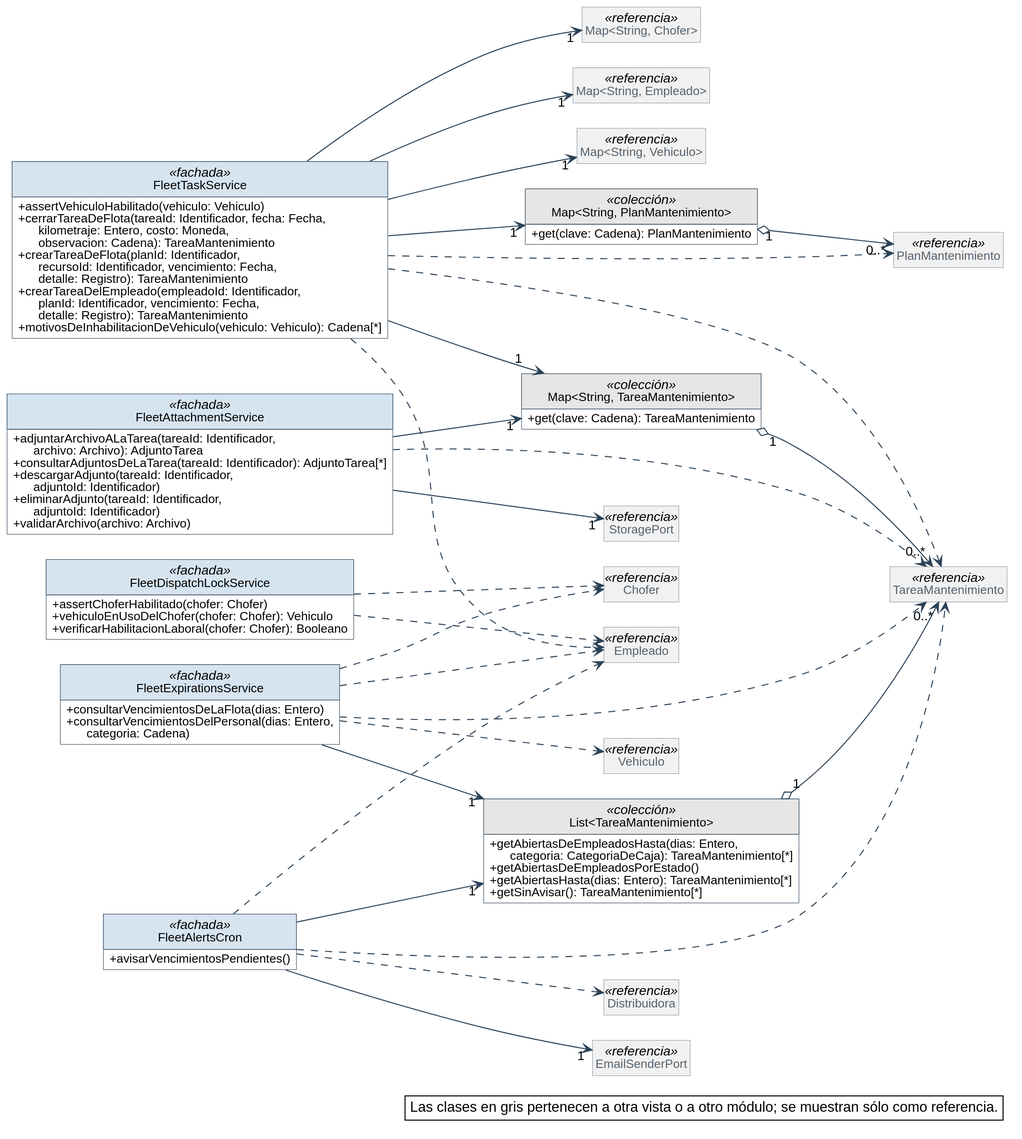
Nahuelito-Dev/splg-docs keeps this PlantUML diagram as diagramas/clases-diseno/DC_Mod_Flota-tareas.svg. Above is the earlier version. Source of this version:
```plantuml
@startuml
skinparam backgroundColor #FFFFFF
skinparam shadowing false
skinparam defaultFontName Helvetica
skinparam defaultFontSize 13
skinparam dpi 150
skinparam nodesep 40
skinparam ranksep 55
skinparam classAttributeIconSize 0
skinparam roundCorner 0
skinparam genericDisplay old
skinparam class {
  BorderColor #2C4257
  BackgroundColor #FFFFFF
  ArrowColor #2C4257
  FontSize 14
  AttributeFontSize 12
  HeaderBackgroundColor #E8EEF3
}
skinparam class<<referencia>> {
  BackgroundColor #F1F1F1
  BorderColor #8A97A3
  FontColor #55616C
}
skinparam class<<fachada>> {
  HeaderBackgroundColor #D6E4F0
}
skinparam class<<controlador>> {
  HeaderBackgroundColor #D6E4F0
}
skinparam class<<fabricación pura>> {
  HeaderBackgroundColor #F3E9CF
}
skinparam class<<colección>> {
  HeaderBackgroundColor #E6E6E6
}
skinparam class<<adaptador>> {
  HeaderBackgroundColor #DCEBDD
}
skinparam interface {
  BorderColor #2C4257
  BackgroundColor #FFFFFF
  HeaderBackgroundColor #DCEBDD
  FontSize 14
  AttributeFontSize 12
}
skinparam note {
  BackgroundColor #FFFFFF
  BorderColor #2C4257
}
skinparam packageStyle rectangle
skinparam package {
  BorderColor #8A97A3
  FontSize 13
  FontColor #55616C
}
hide circle
hide empty members

left to right direction
skinparam nodesep 25
skinparam ranksep 90
class FleetTaskService <<fachada>> {
  + assertVehiculoHabilitado(vehiculo: Vehiculo)
  + cerrarTareaDeFlota(tareaId: Identificador, fecha: Fecha,\n      kilometraje: Entero, costo: Moneda,\n      observacion: Cadena): TareaMantenimiento
  + crearTareaDeFlota(planId: Identificador,\n      recursoId: Identificador, vencimiento: Fecha,\n      detalle: Registro): TareaMantenimiento
  + crearTareaDelEmpleado(empleadoId: Identificador,\n      planId: Identificador, vencimiento: Fecha,\n      detalle: Registro): TareaMantenimiento
  + motivosDeInhabilitacionDeVehiculo(vehiculo: Vehiculo): Cadena[*]
}
class FleetAttachmentService <<fachada>> {
  + adjuntarArchivoALaTarea(tareaId: Identificador,\n      archivo: Archivo): AdjuntoTarea
  + consultarAdjuntosDeLaTarea(tareaId: Identificador): AdjuntoTarea[*]
  + descargarAdjunto(tareaId: Identificador,\n      adjuntoId: Identificador)
  + eliminarAdjunto(tareaId: Identificador,\n      adjuntoId: Identificador)
  + validarArchivo(archivo: Archivo)
}
class FleetExpirationsService <<fachada>> {
  + consultarVencimientosDeLaFlota(dias: Entero)
  + consultarVencimientosDelPersonal(dias: Entero,\n      categoria: Cadena)
}
class FleetAlertsCron <<fachada>> {
  + avisarVencimientosPendientes()
}
class FleetDispatchLockService <<fachada>> {
  + assertChoferHabilitado(chofer: Chofer)
  + vehiculoEnUsoDelChofer(chofer: Chofer): Vehiculo
  + verificarHabilitacionLaboral(chofer: Chofer): Booleano
}
class "Map<String, PlanMantenimiento>" as Map_String_PlanMantenimiento <<colección>> {
  + get(clave: Cadena): PlanMantenimiento
}
class "Map<String, TareaMantenimiento>" as Map_String_TareaMantenimiento <<colección>> {
  + get(clave: Cadena): TareaMantenimiento
}
class "List<TareaMantenimiento>" as List_TareaMantenimiento <<colección>> {
  + getAbiertasDeEmpleadosHasta(dias: Entero,\n      categoria: CategoriaDeCaja): TareaMantenimiento[*]
  + getAbiertasDeEmpleadosPorEstado()
  + getAbiertasHasta(dias: Entero): TareaMantenimiento[*]
  + getSinAvisar(): TareaMantenimiento[*]
}
class TareaMantenimiento <<referencia>>
class PlanMantenimiento <<referencia>>
class EmailSenderPort <<referencia>>
class StoragePort <<referencia>>
class "Map<String, Chofer>" as Map_String_Chofer <<referencia>>
class "Map<String, Empleado>" as Map_String_Empleado <<referencia>>
class "Map<String, Vehiculo>" as Map_String_Vehiculo <<referencia>>
class Chofer <<referencia>>
class Empleado <<referencia>>
class Vehiculo <<referencia>>
class Distribuidora <<referencia>>

Map_String_TareaMantenimiento "1" o--> "0..*" TareaMantenimiento
Map_String_PlanMantenimiento "1" o--> "0..*" PlanMantenimiento
List_TareaMantenimiento "1" o--> "0..*" TareaMantenimiento
FleetAlertsCron --> "1" EmailSenderPort
FleetAlertsCron --> "1" List_TareaMantenimiento
FleetAttachmentService --> "1" Map_String_TareaMantenimiento
FleetAttachmentService --> "1" StoragePort
FleetExpirationsService --> "1" List_TareaMantenimiento
FleetTaskService --> "1" Map_String_Chofer
FleetTaskService --> "1" Map_String_Empleado
FleetTaskService --> "1" Map_String_PlanMantenimiento
FleetTaskService --> "1" Map_String_TareaMantenimiento
FleetTaskService --> "1" Map_String_Vehiculo
FleetAlertsCron ..> Distribuidora
FleetAlertsCron ..> Empleado
FleetAlertsCron ..> TareaMantenimiento
FleetAttachmentService ..> TareaMantenimiento
FleetDispatchLockService ..> Chofer
FleetDispatchLockService ..> Empleado
FleetExpirationsService ..> Chofer
FleetExpirationsService ..> Empleado
FleetExpirationsService ..> TareaMantenimiento
FleetExpirationsService ..> Vehiculo
FleetTaskService ..> Empleado
FleetTaskService ..> PlanMantenimiento
FleetTaskService ..> TareaMantenimiento

legend bottom right
  Las clases en gris pertenecen a otra vista o a otro módulo; se muestran sólo como referencia.
endlegend
@enduml
```
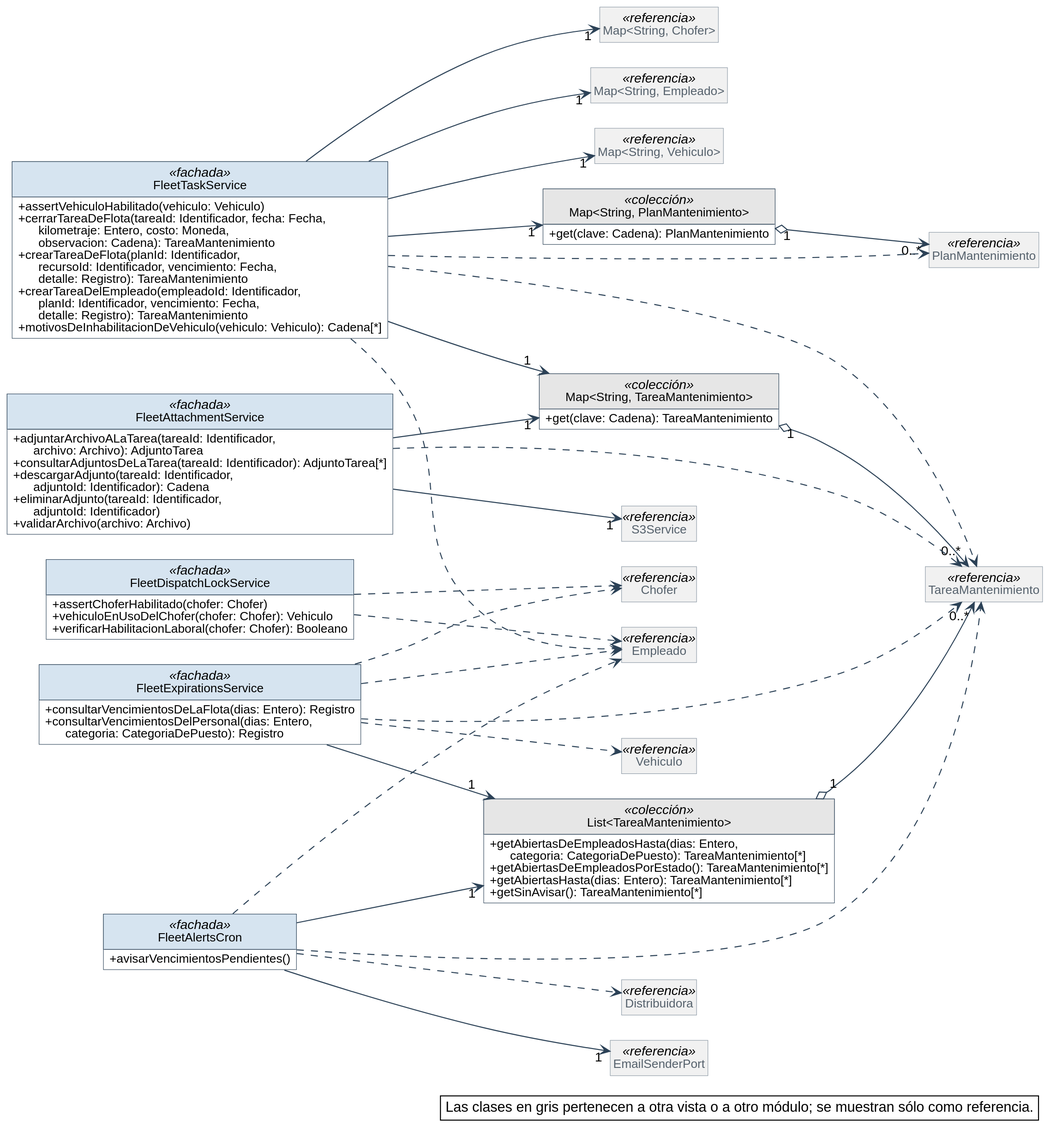
After the commit.

Change to the diagram source:
```diff
@@ -70,13 +70,13 @@
 class FleetAttachmentService <<fachada>> {
   + adjuntarArchivoALaTarea(tareaId: Identificador,\n      archivo: Archivo): AdjuntoTarea
   + consultarAdjuntosDeLaTarea(tareaId: Identificador): AdjuntoTarea[*]
-  + descargarAdjunto(tareaId: Identificador,\n      adjuntoId: Identificador)
+  + descargarAdjunto(tareaId: Identificador,\n      adjuntoId: Identificador): Cadena
   + eliminarAdjunto(tareaId: Identificador,\n      adjuntoId: Identificador)
   + validarArchivo(archivo: Archivo)
 }
 class FleetExpirationsService <<fachada>> {
-  + consultarVencimientosDeLaFlota(dias: Entero)
-  + consultarVencimientosDelPersonal(dias: Entero,\n      categoria: Cadena)
+  + consultarVencimientosDeLaFlota(dias: Entero): Registro
+  + consultarVencimientosDelPersonal(dias: Entero,\n      categoria: CategoriaDePuesto): Registro
 }
 class FleetAlertsCron <<fachada>> {
   + avisarVencimientosPendientes()
@@ -93,22 +93,22 @@
   + get(clave: Cadena): TareaMantenimiento
 }
 class "List<TareaMantenimiento>" as List_TareaMantenimiento <<colección>> {
-  + getAbiertasDeEmpleadosHasta(dias: Entero,\n      categoria: CategoriaDeCaja): TareaMantenimiento[*]
-  + getAbiertasDeEmpleadosPorEstado()
+  + getAbiertasDeEmpleadosHasta(dias: Entero,\n      categoria: CategoriaDePuesto): TareaMantenimiento[*]
+  + getAbiertasDeEmpleadosPorEstado(): TareaMantenimiento[*]
   + getAbiertasHasta(dias: Entero): TareaMantenimiento[*]
   + getSinAvisar(): TareaMantenimiento[*]
 }
 class TareaMantenimiento <<referencia>>
 class PlanMantenimiento <<referencia>>
 class EmailSenderPort <<referencia>>
-class StoragePort <<referencia>>
+class S3Service <<referencia>>
 class "Map<String, Chofer>" as Map_String_Chofer <<referencia>>
 class "Map<String, Empleado>" as Map_String_Empleado <<referencia>>
 class "Map<String, Vehiculo>" as Map_String_Vehiculo <<referencia>>
+class Distribuidora <<referencia>>
+class Empleado <<referencia>>
 class Chofer <<referencia>>
-class Empleado <<referencia>>
 class Vehiculo <<referencia>>
-class Distribuidora <<referencia>>
 
 Map_String_TareaMantenimiento "1" o--> "0..*" TareaMantenimiento
 Map_String_PlanMantenimiento "1" o--> "0..*" PlanMantenimiento
@@ -116,7 +116,7 @@
 FleetAlertsCron --> "1" EmailSenderPort
 FleetAlertsCron --> "1" List_TareaMantenimiento
 FleetAttachmentService --> "1" Map_String_TareaMantenimiento
-FleetAttachmentService --> "1" StoragePort
+FleetAttachmentService --> "1" S3Service
 FleetExpirationsService --> "1" List_TareaMantenimiento
 FleetTaskService --> "1" Map_String_Chofer
 FleetTaskService --> "1" Map_String_Empleado
```
